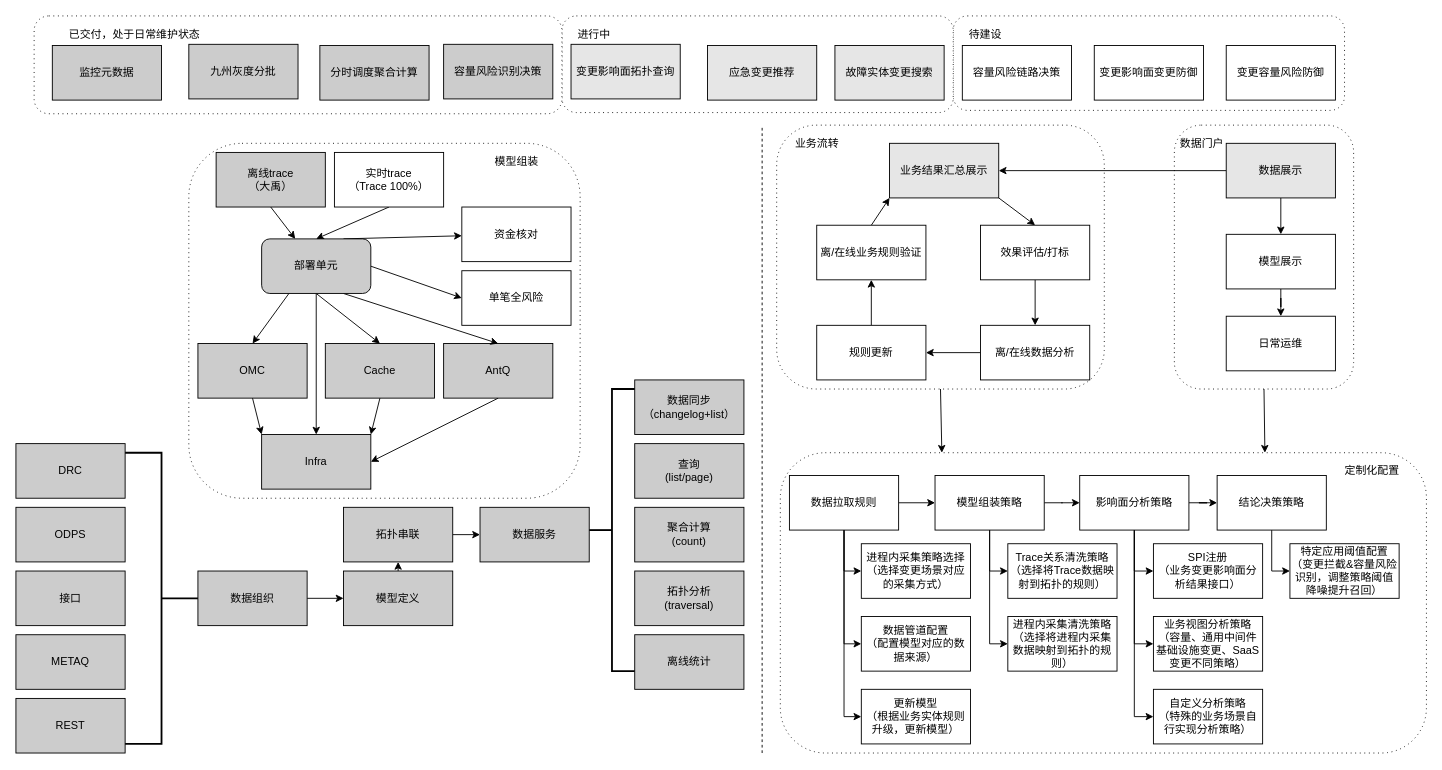
Before: 蚂蚁金服/RMC/高可用基线&RMC共建方案.drawio in frankneu/draw.io, a draw.io diagram. Source tidied: cells renumbered, new cells numbered last; positions are measured from the earlier drawing's top-left corner, leaving out a move shared by most shapes. Both pictures are drawn from the tidied source at 91%, with x=0, y=0 at pixel (15, 15).
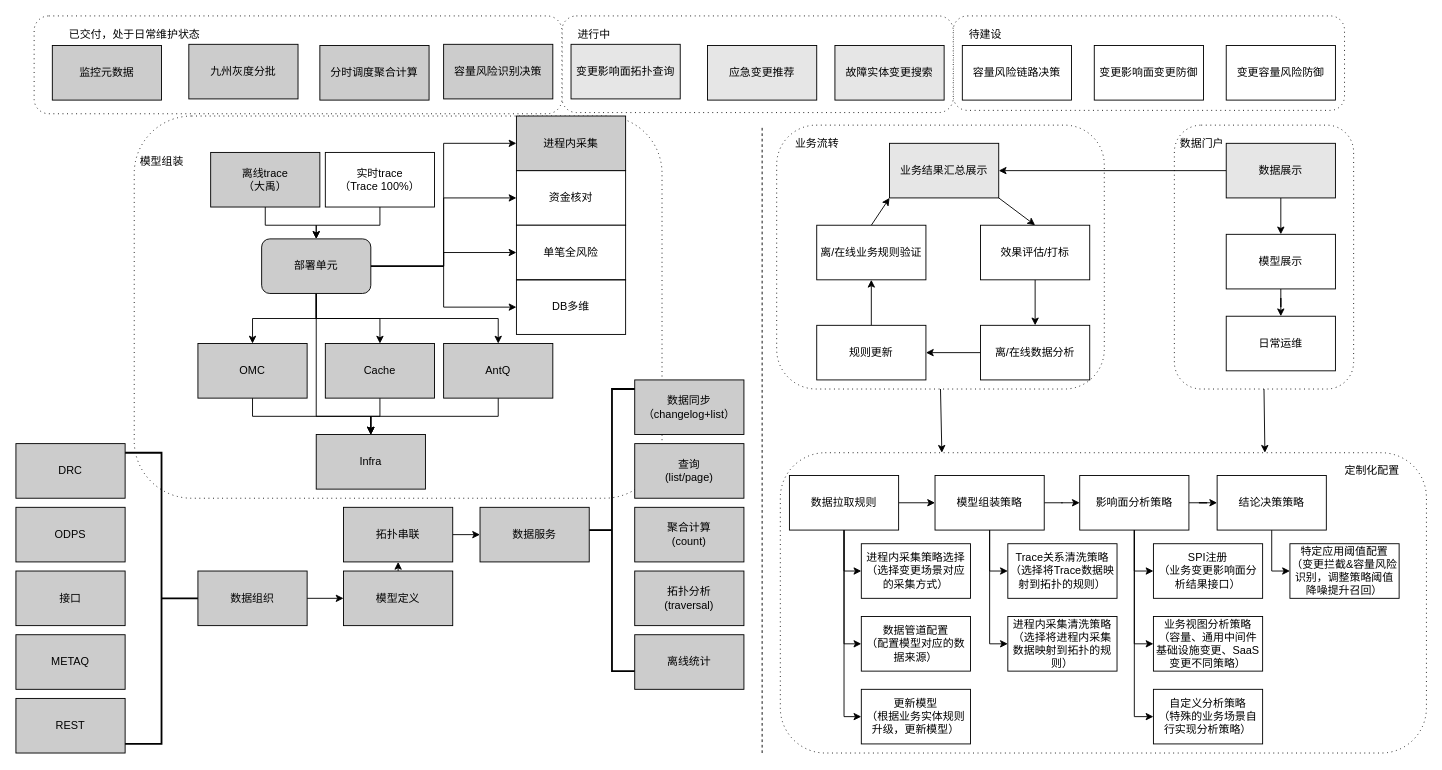
After the change.

Commit message (it also covers changes not shown here):
Update 高可用基线&RMC共建方案.drawio

Unchanged cells that the change refers to:
```xml
<mxCell id="26" value="OMC" style="rounded=0;whiteSpace=wrap;html=1;fillColor=#CCCCCC;" parent="1" vertex="1">
  <mxGeometry x="200" y="360" width="120" height="60" as="geometry" />
</mxCell>
<mxCell id="28" value="Cache" style="rounded=0;whiteSpace=wrap;html=1;fillColor=#CCCCCC;" parent="1" vertex="1">
  <mxGeometry x="340" y="360" width="120" height="60" as="geometry" />
</mxCell>
<mxCell id="30" value="AntQ" style="rounded=0;whiteSpace=wrap;html=1;fillColor=#CCCCCC;" parent="1" vertex="1">
  <mxGeometry x="470" y="360" width="120" height="60" as="geometry" />
</mxCell>
<mxCell id="38" value="部署单元" style="rounded=1;whiteSpace=wrap;html=1;fillColor=#CCCCCC;" parent="1" vertex="1">
  <mxGeometry x="270" y="245" width="120" height="60" as="geometry" />
</mxCell>
```

Diff of the diagram source:
```diff
@@
     <mxCell id="10" style="shape=ext;rounded=1;html=1;whiteSpace=wrap;dashed=1;dashPattern=1 4;" parent="1" vertex="1">
-      <mxGeometry x="190" y="140" width="430" height="390" as="geometry" />
+      <mxGeometry x="130" y="110" width="580" height="420" as="geometry" />
     </mxCell>
@@
-    <mxCell id="19" style="rounded=0;jettySize=auto;html=1;exitX=0.5;exitY=1;exitDx=0;exitDy=0;fillColor=#CCCCCC;" parent="1" edge="1" source="20" target="38">
+    <mxCell id="19" style="rounded=0;jettySize=auto;html=1;exitX=0.5;exitY=1;exitDx=0;exitDy=0;fillColor=#CCCCCC;entryX=0.5;entryY=0;entryDx=0;entryDy=0;edgeStyle=orthogonalEdgeStyle;" parent="1" edge="1" source="20" target="38">
       <mxGeometry relative="1" as="geometry" />
     </mxCell>
     <mxCell id="20" value="离线trace&lt;br&gt;（大禹）" style="rounded=0;whiteSpace=wrap;html=1;fillColor=#CCCCCC;" parent="1" vertex="1">
-      <mxGeometry x="220" y="150" width="120" height="60" as="geometry" />
+      <mxGeometry x="214" y="150" width="120" height="60" as="geometry" />
     </mxCell>
-    <mxCell id="21" style="rounded=0;jettySize=auto;html=1;exitX=0.5;exitY=1;exitDx=0;exitDy=0;entryX=0.5;entryY=0;entryDx=0;entryDy=0;" parent="1" edge="1" source="22" target="38">
+    <mxCell id="21" style="rounded=0;jettySize=auto;html=1;exitX=0.5;exitY=1;exitDx=0;exitDy=0;entryX=0.5;entryY=0;entryDx=0;entryDy=0;edgeStyle=orthogonalEdgeStyle;" parent="1" edge="1" source="22" target="38">
       <mxGeometry relative="1" as="geometry" />
     </mxCell>
     <mxCell id="22" value="实时trace&lt;br&gt;（Trace 100%）" style="rounded=0;whiteSpace=wrap;html=1;" parent="1" vertex="1">
-      <mxGeometry x="350" y="150" width="120" height="60" as="geometry" />
+      <mxGeometry x="340" y="150" width="120" height="60" as="geometry" />
     </mxCell>
     <mxCell id="23" value="资金核对" style="rounded=0;whiteSpace=wrap;html=1;" parent="1" vertex="1">
-      <mxGeometry x="490" y="210" width="120" height="60" as="geometry" />
+      <mxGeometry x="550" y="170" width="120" height="60" as="geometry" />
     </mxCell>
     <mxCell id="24" value="单笔全风险" style="rounded=0;whiteSpace=wrap;html=1;" parent="1" vertex="1">
-      <mxGeometry x="490" y="280" width="120" height="60" as="geometry" />
+      <mxGeometry x="550" y="230" width="120" height="60" as="geometry" />
     </mxCell>
-    <mxCell id="25" style="rounded=0;jettySize=auto;html=1;exitX=0.5;exitY=1;exitDx=0;exitDy=0;entryX=0;entryY=0;entryDx=0;entryDy=0;fillColor=#CCCCCC;" parent="1" edge="1" source="26" target="31">
+    <mxCell id="25" style="rounded=0;jettySize=auto;html=1;exitX=0.5;exitY=1;exitDx=0;exitDy=0;entryX=0.5;entryY=0;entryDx=0;entryDy=0;fillColor=#CCCCCC;edgeStyle=orthogonalEdgeStyle;" parent="1" edge="1" source="26" target="31">
       <mxGeometry relative="1" as="geometry" />
     </mxCell>
@@
-    <mxCell id="27" style="rounded=0;jettySize=auto;html=1;exitX=0.5;exitY=1;exitDx=0;exitDy=0;entryX=1;entryY=0;entryDx=0;entryDy=0;fillColor=#CCCCCC;" parent="1" edge="1" source="28" target="31">
+    <mxCell id="27" style="rounded=0;jettySize=auto;html=1;exitX=0.5;exitY=1;exitDx=0;exitDy=0;entryX=0.5;entryY=0;entryDx=0;entryDy=0;fillColor=#CCCCCC;edgeStyle=orthogonalEdgeStyle;" parent="1" edge="1" source="28" target="31">
       <mxGeometry relative="1" as="geometry" />
     </mxCell>
@@
-    <mxCell id="29" style="rounded=0;jettySize=auto;html=1;exitX=0.5;exitY=1;exitDx=0;exitDy=0;entryX=1;entryY=0.5;entryDx=0;entryDy=0;fillColor=#CCCCCC;" parent="1" edge="1" source="30" target="31">
+    <mxCell id="29" style="rounded=0;jettySize=auto;html=1;exitX=0.5;exitY=1;exitDx=0;exitDy=0;entryX=0.5;entryY=0;entryDx=0;entryDy=0;fillColor=#CCCCCC;edgeStyle=orthogonalEdgeStyle;" parent="1" edge="1" source="30" target="31">
       <mxGeometry relative="1" as="geometry" />
     </mxCell>
@@
     <mxCell id="31" value="Infra" style="rounded=0;whiteSpace=wrap;html=1;fillColor=#CCCCCC;" parent="1" vertex="1">
-      <mxGeometry x="270" y="460" width="120" height="60" as="geometry" />
+      <mxGeometry x="330" y="460" width="120" height="60" as="geometry" />
     </mxCell>
-    <mxCell id="32" style="rounded=0;jettySize=auto;html=1;exitX=0.75;exitY=0;exitDx=0;exitDy=0;" parent="1" edge="1" source="38" target="23">
+    <mxCell id="32" style="rounded=0;jettySize=auto;html=1;exitX=1;exitY=0.5;exitDx=0;exitDy=0;edgeStyle=orthogonalEdgeStyle;entryX=0;entryY=0.5;entryDx=0;entryDy=0;" parent="1" edge="1" source="38" target="23">
       <mxGeometry relative="1" as="geometry" />
     </mxCell>
-    <mxCell id="33" style="rounded=0;jettySize=auto;html=1;exitX=1;exitY=0.5;exitDx=0;exitDy=0;entryX=0;entryY=0.5;entryDx=0;entryDy=0;" parent="1" edge="1" source="38" target="24">
+    <mxCell id="33" style="rounded=0;jettySize=auto;html=1;exitX=1;exitY=0.5;exitDx=0;exitDy=0;entryX=0;entryY=0.5;entryDx=0;entryDy=0;edgeStyle=orthogonalEdgeStyle;" parent="1" edge="1" source="38" target="24">
       <mxGeometry relative="1" as="geometry" />
     </mxCell>
-    <mxCell id="34" style="rounded=0;jettySize=auto;html=1;exitX=0.25;exitY=1;exitDx=0;exitDy=0;entryX=0.5;entryY=0;entryDx=0;entryDy=0;" parent="1" edge="1" source="38" target="26">
+    <mxCell id="34" style="rounded=0;jettySize=auto;html=1;exitX=0.5;exitY=1;exitDx=0;exitDy=0;entryX=0.5;entryY=0;entryDx=0;entryDy=0;edgeStyle=orthogonalEdgeStyle;" parent="1" edge="1" source="38" target="26">
       <mxGeometry relative="1" as="geometry" />
     </mxCell>
+    <mxCell id="37" style="rounded=0;jettySize=auto;html=1;exitX=0.5;exitY=1;exitDx=0;exitDy=0;entryX=0.5;entryY=0;entryDx=0;entryDy=0;edgeStyle=orthogonalEdgeStyle;" parent="1" edge="1" source="38" target="31">
+      <mxGeometry relative="1" as="geometry">
+        <Array as="points">
+          <mxPoint x="330" y="440" />
+          <mxPoint x="390" y="440" />
+        </Array>
+      </mxGeometry>
+    </mxCell>
+    <mxCell id="109" style="edgeStyle=orthogonalEdgeStyle;rounded=0;jettySize=auto;html=1;fillColor=#E6E6E6;entryX=0;entryY=0.5;entryDx=0;entryDy=0;" parent="1" edge="1" source="38" target="111">
+      <mxGeometry relative="1" as="geometry" />
+    </mxCell>
+    <mxCell id="110" style="edgeStyle=orthogonalEdgeStyle;rounded=0;jettySize=auto;html=1;fillColor=#E6E6E6;" parent="1" edge="1" source="38" target="112">
+      <mxGeometry relative="1" as="geometry" />
+    </mxCell>
+    <mxCell id="36" style="edgeStyle=orthogonalEdgeStyle;rounded=0;jettySize=auto;html=1;exitX=0.5;exitY=1;exitDx=0;exitDy=0;entryX=0.5;entryY=0;entryDx=0;entryDy=0;fillColor=#E6E6E6;" parent="1" edge="1" source="38" target="30">
+      <mxGeometry relative="1" as="geometry" />
+    </mxCell>
-    <mxCell id="35" style="rounded=0;jettySize=auto;html=1;exitX=0.5;exitY=1;exitDx=0;exitDy=0;entryX=0.5;entryY=0;entryDx=0;entryDy=0;" parent="1" edge="1" source="38" target="28">
+    <mxCell id="35" style="edgeStyle=orthogonalEdgeStyle;rounded=0;jettySize=auto;html=1;exitX=0.5;exitY=1;exitDx=0;exitDy=0;entryX=0.5;entryY=0;entryDx=0;entryDy=0;fillColor=#E6E6E6;" parent="1" edge="1" source="38" target="28">
       <mxGeometry relative="1" as="geometry" />
     </mxCell>
-    <mxCell id="36" style="rounded=0;jettySize=auto;html=1;exitX=0.75;exitY=1;exitDx=0;exitDy=0;entryX=0.5;entryY=0;entryDx=0;entryDy=0;" parent="1" edge="1" source="38" target="30">
-      <mxGeometry relative="1" as="geometry" />
-    </mxCell>
-    <mxCell id="37" style="rounded=0;jettySize=auto;html=1;exitX=0.5;exitY=1;exitDx=0;exitDy=0;entryX=0.5;entryY=0;entryDx=0;entryDy=0;" parent="1" edge="1" source="38" target="31">
-      <mxGeometry relative="1" as="geometry" />
-    </mxCell>
@@
     <mxCell id="105" value="模型组装" style="text;html=1;align=center;verticalAlign=middle;" parent="1" vertex="1">
-      <mxGeometry x="520" y="150" width="60" height="20" as="geometry" />
+      <mxGeometry x="130" y="150" width="60" height="20" as="geometry" />
     </mxCell>
@@
+    <mxCell id="111" value="进程内采集" style="rounded=1;whiteSpace=wrap;html=1;fillColor=#CCCCCC;arcSize=0;" parent="1" vertex="1">
+      <mxGeometry x="550" y="110" width="120" height="60" as="geometry" />
+    </mxCell>
+    <mxCell id="112" value="DB多维" style="rounded=1;whiteSpace=wrap;html=1;fillColor=none;arcSize=0;" parent="1" vertex="1">
+      <mxGeometry x="550" y="290" width="120" height="60" as="geometry" />
+    </mxCell>
```
